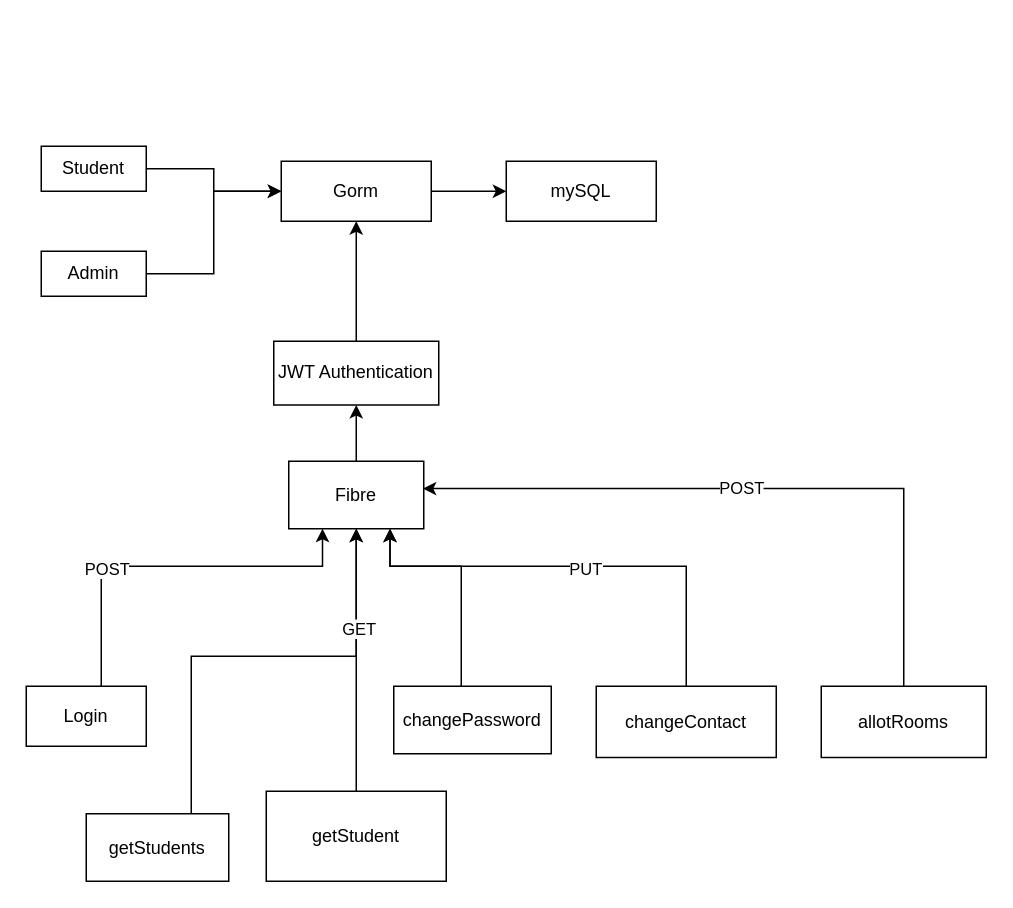
This is back-end/room booking.drawio from veryshyjelly/backendTaskRK, a draw.io file, before an edit. Source tidied: cells renumbered, new cells numbered last; positions are measured from the earlier drawing's top-left corner, leaving out a move shared by most shapes. Both pictures are drawn from the tidied source at 150%, with x=0, y=0 at pixel (26, 146).
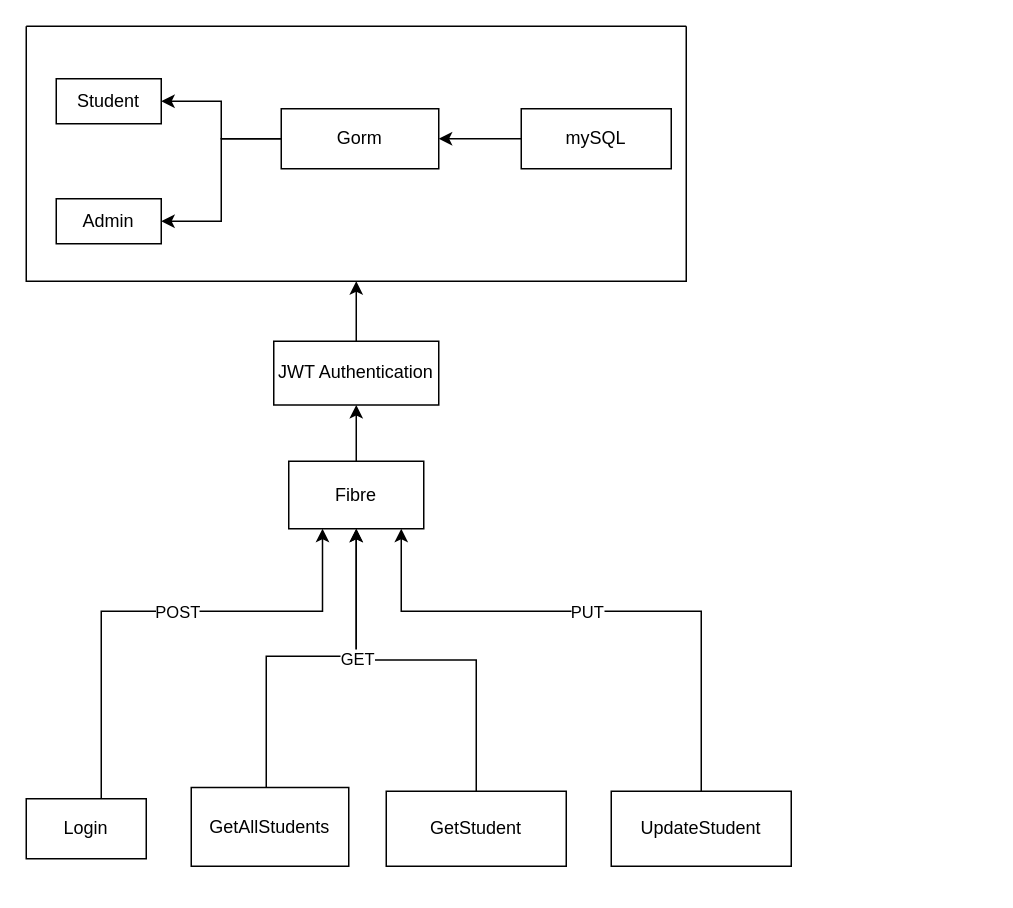
The same diagram, later.

Unchanged cells that the change refers to:
```xml
<mxCell id="4" value="Fibre" style="rounded=0;whiteSpace=wrap;html=1;" parent="1" vertex="1">
  <mxGeometry x="175" y="210" width="90" height="45" as="geometry" />
</mxCell>
<mxCell id="6" value="JWT Authentication" style="rounded=0;whiteSpace=wrap;html=1;" parent="1" vertex="1">
  <mxGeometry x="165" y="130" width="110" height="42.5" as="geometry" />
</mxCell>
<mxCell id="26" style="edgeStyle=orthogonalEdgeStyle;rounded=0;jettySize=auto;html=1;" parent="1" edge="1" source="28" target="4">
  <mxGeometry relative="1" as="geometry" />
</mxCell>
```

What changed in the source:
```diff
@@
-    <mxCell id="2" value="Gorm" style="rounded=0;whiteSpace=wrap;html=1;" parent="1" vertex="1">
-      <mxGeometry x="170" y="10" width="100" height="40" as="geometry" />
-    </mxCell>
@@
-    <mxCell id="5" style="edgeStyle=orthogonalEdgeStyle;rounded=0;jettySize=auto;html=1;entryX=0.5;entryY=1;entryDx=0;entryDy=0;" parent="1" edge="1" source="6" target="2">
-      <mxGeometry relative="1" as="geometry" />
-    </mxCell>
+    <mxCell id="29" style="edgeStyle=orthogonalEdgeStyle;rounded=0;jettySize=auto;html=1;entryX=0.5;entryY=1;entryDx=0;entryDy=0;" parent="1" edge="1" source="6" target="32">
+      <mxGeometry relative="1" as="geometry" />
+    </mxCell>
@@
-    <mxCell id="7" value="mySQL" style="rounded=0;whiteSpace=wrap;html=1;" parent="1" vertex="1">
-      <mxGeometry x="320" y="10" width="100" height="40" as="geometry" />
-    </mxCell>
-    <mxCell id="8" style="endArrow=classic;html=1;rounded=0;entryX=0;entryY=0.5;entryDx=0;entryDy=0;exitX=1;exitY=0.5;exitDx=0;exitDy=0;" parent="1" edge="1" source="2" target="7">
-      <mxGeometry relative="1" as="geometry">
-        <Array as="points">
-          <mxPoint x="295" y="30" />
-        </Array>
-      </mxGeometry>
-    </mxCell>
-    <mxCell id="9" style="edgeStyle=orthogonalEdgeStyle;rounded=0;jettySize=auto;html=1;entryX=0;entryY=0.5;entryDx=0;entryDy=0;" parent="1" edge="1" source="10" target="2">
-      <mxGeometry relative="1" as="geometry" />
-    </mxCell>
-    <mxCell id="10" value="Student" style="rounded=0;whiteSpace=wrap;html=1;" parent="1" vertex="1">
-      <mxGeometry x="10" width="70" height="30" as="geometry" />
-    </mxCell>
-    <mxCell id="11" style="edgeStyle=orthogonalEdgeStyle;rounded=0;jettySize=auto;html=1;entryX=0;entryY=0.5;entryDx=0;entryDy=0;" parent="1" edge="1" source="12" target="2">
-      <mxGeometry relative="1" as="geometry" />
-    </mxCell>
-    <mxCell id="12" value="Admin" style="rounded=0;whiteSpace=wrap;html=1;" parent="1" vertex="1">
-      <mxGeometry x="10" y="70" width="70" height="30" as="geometry" />
-    </mxCell>
     <mxCell id="13" style="edgeStyle=orthogonalEdgeStyle;rounded=0;jettySize=auto;html=1;entryX=0.25;entryY=1;entryDx=0;entryDy=0;" parent="1" edge="1" source="15" target="4">
       <mxGeometry relative="1" as="geometry">
         <Array as="points">
-          <mxPoint x="50" y="280" />
-          <mxPoint x="198" y="280" />
+          <mxPoint x="50" y="310" />
+          <mxPoint x="198" y="310" />
         </Array>
       </mxGeometry>
     </mxCell>
     <mxCell id="14" value="POST" style="edgeLabel;html=1;align=center;verticalAlign=middle;" parent="13" vertex="1">
-      <mxGeometry x="-0.34" y="-1" relative="1" as="geometry" />
+      <mxGeometry x="-0.34" y="-1" relative="1" as="geometry">
+        <mxPoint x="49" y="-17" as="offset" />
+      </mxGeometry>
     </mxCell>
     <mxCell id="15" value="Login" style="rounded=0;whiteSpace=wrap;html=1;" parent="1" vertex="1">
-      <mxGeometry y="360" width="80" height="40" as="geometry" />
+      <mxGeometry y="435" width="80" height="40" as="geometry" />
     </mxCell>
     <mxCell id="16" style="edgeStyle=orthogonalEdgeStyle;rounded=0;jettySize=auto;html=1;entryX=0.5;entryY=1;entryDx=0;entryDy=0;" parent="1" edge="1" source="17" target="4">
       <mxGeometry relative="1" as="geometry">
         <Array as="points">
-          <mxPoint x="110" y="340" />
+          <mxPoint x="160" y="340" />
           <mxPoint x="220" y="340" />
         </Array>
       </mxGeometry>
     </mxCell>
-    <mxCell id="17" value="getStudents" style="rounded=0;whiteSpace=wrap;html=1;" parent="1" vertex="1">
-      <mxGeometry x="40" y="445" width="95" height="45" as="geometry" />
+    <mxCell id="17" value="GetAllStudents" style="rounded=0;whiteSpace=wrap;html=1;" parent="1" vertex="1">
+      <mxGeometry x="110" y="427.5" width="105" height="52.5" as="geometry" />
     </mxCell>
-    <mxCell id="18" style="edgeStyle=orthogonalEdgeStyle;rounded=0;jettySize=auto;html=1;entryX=0.75;entryY=1;entryDx=0;entryDy=0;" parent="1" edge="1" source="19" target="4">
-      <mxGeometry relative="1" as="geometry">
-        <Array as="points">
-          <mxPoint x="290" y="280" />
-          <mxPoint x="242" y="280" />
-        </Array>
-      </mxGeometry>
-    </mxCell>
-    <mxCell id="19" value="changePassword" style="rounded=0;whiteSpace=wrap;html=1;" parent="1" vertex="1">
-      <mxGeometry x="245" y="360" width="105" height="45" as="geometry" />
-    </mxCell>
-    <mxCell id="20" style="edgeStyle=orthogonalEdgeStyle;rounded=0;jettySize=auto;html=1;entryX=0.75;entryY=1;entryDx=0;entryDy=0;" parent="1" edge="1" source="22" target="4">
-      <mxGeometry relative="1" as="geometry">
-        <Array as="points">
-          <mxPoint x="440" y="280" />
-          <mxPoint x="243" y="280" />
-          <mxPoint x="243" y="255" />
-        </Array>
-      </mxGeometry>
-    </mxCell>
-    <mxCell id="21" value="PUT" style="edgeLabel;html=1;align=center;verticalAlign=middle;" parent="20" vertex="1">
-      <mxGeometry x="-0.02" y="1" relative="1" as="geometry" />
-    </mxCell>
-    <mxCell id="22" value="changeContact" style="rounded=0;whiteSpace=wrap;html=1;" parent="1" vertex="1">
-      <mxGeometry x="380" y="360" width="120" height="47.5" as="geometry" />
-    </mxCell>
-    <mxCell id="23" style="edgeStyle=orthogonalEdgeStyle;rounded=0;jettySize=auto;html=1;entryX=0.993;entryY=0.405;entryDx=0;entryDy=0;entryPerimeter=0;" parent="1" edge="1" source="25" target="4">
-      <mxGeometry relative="1" as="geometry">
-        <Array as="points">
-          <mxPoint x="585" y="228" />
-        </Array>
-      </mxGeometry>
-    </mxCell>
-    <mxCell id="24" value="POST" style="edgeLabel;html=1;align=center;verticalAlign=middle;" parent="23" vertex="1">
-      <mxGeometry x="0.06" y="-1" relative="1" as="geometry" />
-    </mxCell>
-    <mxCell id="25" value="allotRooms" style="rounded=0;whiteSpace=wrap;html=1;" parent="1" vertex="1">
-      <mxGeometry x="530" y="360" width="110" height="47.5" as="geometry" />
-    </mxCell>
@@
     <mxCell id="27" value="GET" style="edgeLabel;html=1;align=center;verticalAlign=middle;" parent="26" vertex="1">
-      <mxGeometry x="0.24" y="-1" relative="1" as="geometry" />
+      <mxGeometry x="0.24" y="-1" relative="1" as="geometry">
+        <mxPoint x="-9" as="offset" />
+      </mxGeometry>
     </mxCell>
-    <mxCell id="28" value="getStudent" style="rounded=0;whiteSpace=wrap;html=1;" parent="1" vertex="1">
-      <mxGeometry x="160" y="430" width="120" height="60" as="geometry" />
+    <mxCell id="28" value="GetStudent" style="rounded=0;whiteSpace=wrap;html=1;" parent="1" vertex="1">
+      <mxGeometry x="240" y="430" width="120" height="50" as="geometry" />
     </mxCell>
+    <mxCell id="30" style="edgeStyle=orthogonalEdgeStyle;rounded=0;jettySize=auto;html=1;" parent="1" edge="1" source="31" target="4">
+      <mxGeometry relative="1" as="geometry">
+        <Array as="points">
+          <mxPoint x="450" y="310" />
+          <mxPoint x="250" y="310" />
+        </Array>
+      </mxGeometry>
+    </mxCell>
+    <mxCell id="21" value="PUT" style="edgeLabel;html=1;align=center;verticalAlign=middle;" parent="30" vertex="1">
+      <mxGeometry x="0.05" relative="1" as="geometry" />
+    </mxCell>
+    <mxCell id="31" value="UpdateStudent" style="rounded=0;whiteSpace=wrap;html=1;" parent="1" vertex="1">
+      <mxGeometry x="390" y="430" width="120" height="50" as="geometry" />
+    </mxCell>
+    <mxCell id="32" style="swimlane;startSize=0;" parent="1" vertex="1">
+      <mxGeometry y="-80" width="440" height="170" as="geometry" />
+    </mxCell>
+    <mxCell id="33" style="edgeStyle=orthogonalEdgeStyle;rounded=0;jettySize=auto;html=1;" parent="32" edge="1" source="2" target="10">
+      <mxGeometry relative="1" as="geometry" />
+    </mxCell>
+    <mxCell id="34" style="edgeStyle=orthogonalEdgeStyle;rounded=0;jettySize=auto;html=1;entryX=1;entryY=0.5;entryDx=0;entryDy=0;" parent="32" edge="1" source="2" target="12">
+      <mxGeometry relative="1" as="geometry" />
+    </mxCell>
+    <mxCell id="2" value="Gorm" style="rounded=0;whiteSpace=wrap;html=1;" parent="32" vertex="1">
+      <mxGeometry x="170" y="55" width="105" height="40" as="geometry" />
+    </mxCell>
+    <mxCell id="10" value="Student" style="rounded=0;whiteSpace=wrap;html=1;" parent="32" vertex="1">
+      <mxGeometry x="20" y="35" width="70" height="30" as="geometry" />
+    </mxCell>
+    <mxCell id="12" value="Admin" style="rounded=0;whiteSpace=wrap;html=1;" parent="32" vertex="1">
+      <mxGeometry x="20" y="115" width="70" height="30" as="geometry" />
+    </mxCell>
+    <mxCell id="35" style="edgeStyle=orthogonalEdgeStyle;rounded=0;jettySize=auto;html=1;" parent="32" edge="1" source="7" target="2">
+      <mxGeometry relative="1" as="geometry" />
+    </mxCell>
+    <mxCell id="7" value="mySQL" style="rounded=0;whiteSpace=wrap;html=1;" parent="32" vertex="1">
+      <mxGeometry x="330" y="55" width="100" height="40" as="geometry" />
+    </mxCell>
```
